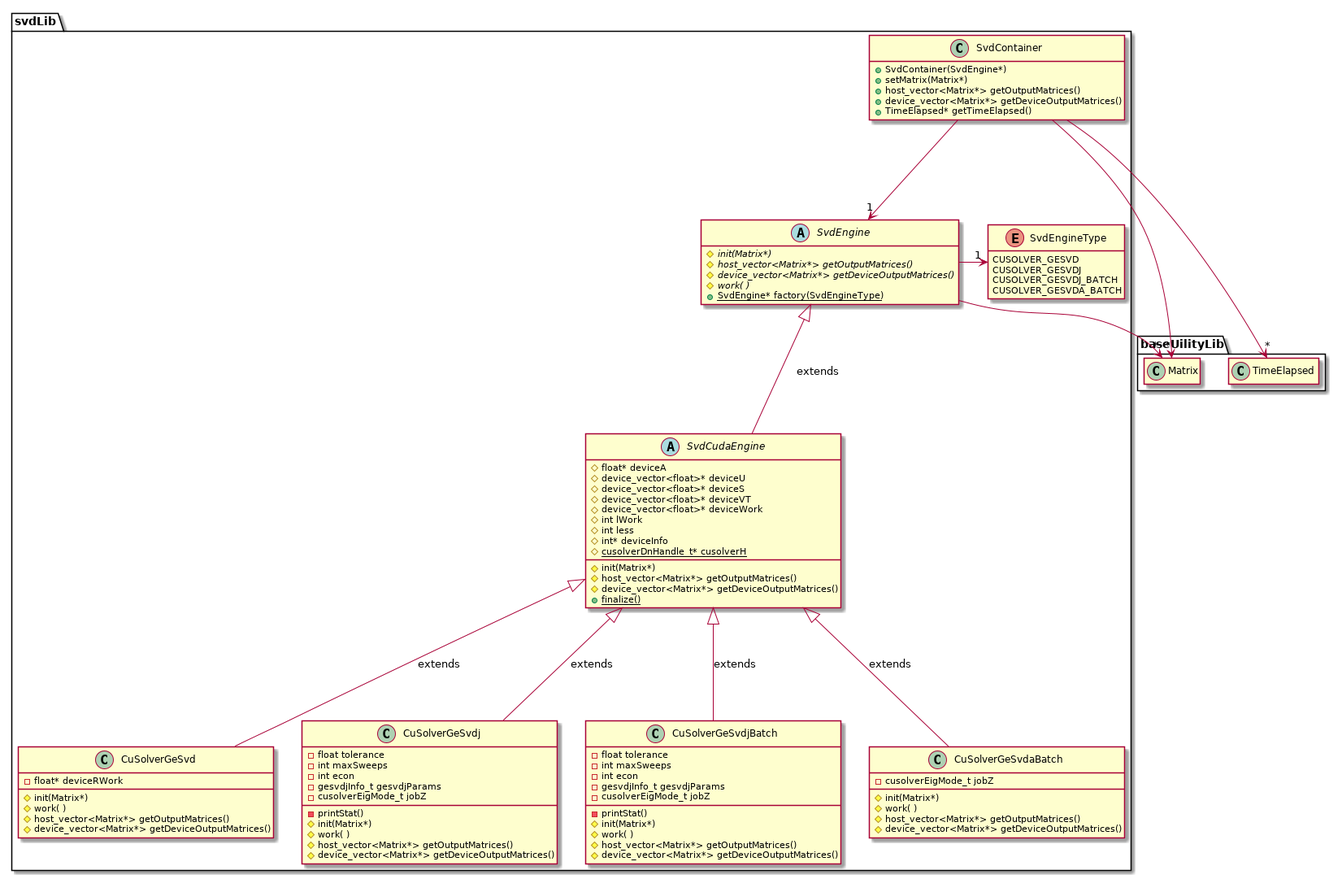
The PlantUML diagram uml/out/uml/src/SvdDiagram.png in newfla/CUDA-K-SVD-Denoising, before a commit.
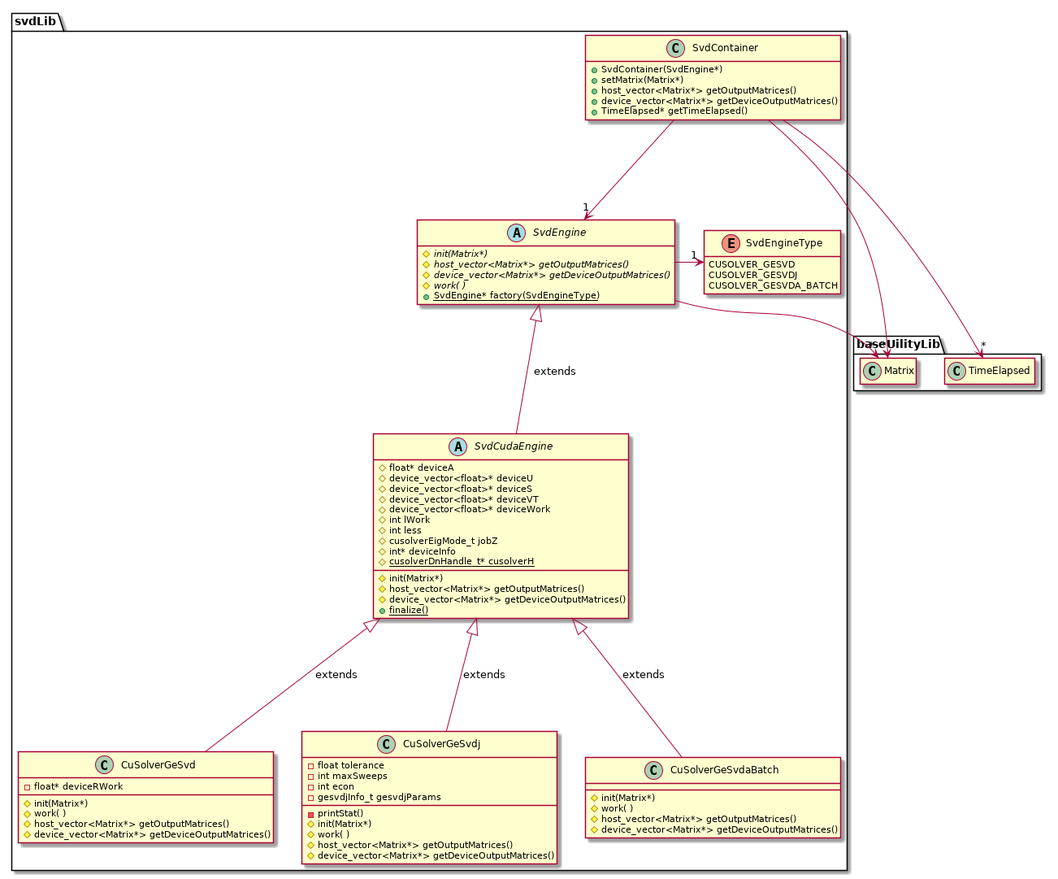
The same diagram one commit later.

Change to the diagram source:
```diff
@@ -20,8 +20,10 @@
         # device_vector<float>* deviceWork
         # int lWork
         # int less
+        # cusolverEigMode_t jobZ
         # int* deviceInfo
         {static} # cusolverDnHandle_t* cusolverH
+
 
 
         # init(Matrix*)
@@ -33,7 +35,6 @@
     enum SvdEngineType{
         CUSOLVER_GESVD
         CUSOLVER_GESVDJ
-        CUSOLVER_GESVDJ_BATCH
         CUSOLVER_GESVDA_BATCH
     }
 
@@ -53,22 +54,6 @@
         - int maxSweeps
         - int econ
         - gesvdjInfo_t gesvdjParams
-        - cusolverEigMode_t jobZ
-
-        - printStat()
-        # init(Matrix*)
-        # work( )
-        # host_vector<Matrix*> getOutputMatrices()
-        # device_vector<Matrix*> getDeviceOutputMatrices()
-    }
-
-    class CuSolverGeSvdjBatch{
-
-        - float tolerance
-        - int maxSweeps
-        - int econ
-        - gesvdjInfo_t gesvdjParams
-        - cusolverEigMode_t jobZ
 
         - printStat()
         # init(Matrix*)
@@ -78,7 +63,6 @@
     }
 
     class CuSolverGeSvdaBatch{
-        - cusolverEigMode_t jobZ
 
         # init(Matrix*)
         # work( )
@@ -99,7 +83,6 @@
     SvdEngine -> "1" SvdEngineType
     SvdEngine <|-- SvdCudaEngine : extends
     SvdCudaEngine <|-- CuSolverGeSvdj : extends
-    SvdCudaEngine <|-- CuSolverGeSvdjBatch : extends
     SvdCudaEngine <|-- CuSolverGeSvdaBatch : extends
     SvdCudaEngine <|-- CuSolverGeSvd : extends
 
```
